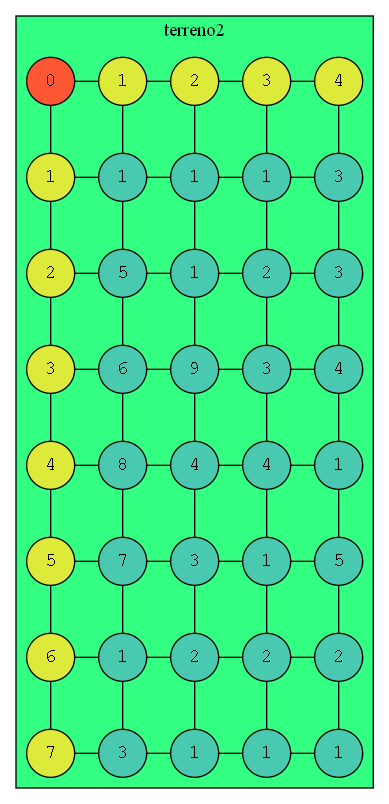
This is graphviz.png from 201807066/IPC2_proyecto1_201807066, a Graphviz export, as it was before one commit. Its source is kept beside it as graphviz.dot.
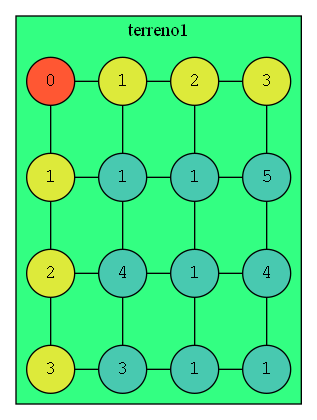
The same file after the commit.

The edit, as a diff of the source:
```diff
@@ -2,129 +2,54 @@
 node[shape=circle fontname=courier fillcolor="#FFEDBB" style=filled]
 subgraph cluster{
 root[label="0", fillcolor="#FF5733"]
-label=terreno2
+label=terreno1
 bgcolor = "#33FF82"
 edge[dir="none"]
 F1[label="1", group = 1, fillcolor = "#DDEA3A"]
 F2[label="2", group = 1, fillcolor = "#DDEA3A"]
 F3[label="3", group = 1, fillcolor = "#DDEA3A"]
-F4[label="4", group = 1, fillcolor = "#DDEA3A"]
-F5[label="5", group = 1, fillcolor = "#DDEA3A"]
-F6[label="6", group = 1, fillcolor = "#DDEA3A"]
-F7[label="7", group = 1, fillcolor = "#DDEA3A"]
 F1->F2
 F2->F3
-F3->F4
-F4->F5
-F5->F6
-F6->F7
 C1[label="1", group = 2, fillcolor = "#DDEA3A"]
 C2[label="2", group = 3, fillcolor = "#DDEA3A"]
 C3[label="3", group = 4, fillcolor = "#DDEA3A"]
-C4[label="4", group = 5, fillcolor = "#DDEA3A"]
 C1->C2
 C2->C3
-C3->C4
 root -> F1
 root -> C1
-{rank=same; root, C1, C2, C3, C4}
+{rank=same; root, C1, C2, C3}
 datoF1_C1[label="1", group = 2 , fillcolor = "#48C9B0"]
 datoF1_C2[label="1", group = 3 , fillcolor = "#48C9B0"]
-datoF1_C3[label="1", group = 4 , fillcolor = "#48C9B0"]
-datoF1_C4[label="3", group = 5 , fillcolor = "#48C9B0"]
-datoF2_C1[label="5", group = 2 , fillcolor = "#48C9B0"]
+datoF1_C3[label="5", group = 4 , fillcolor = "#48C9B0"]
+datoF2_C1[label="4", group = 2 , fillcolor = "#48C9B0"]
 datoF2_C2[label="1", group = 3 , fillcolor = "#48C9B0"]
-datoF2_C3[label="2", group = 4 , fillcolor = "#48C9B0"]
-datoF2_C4[label="3", group = 5 , fillcolor = "#48C9B0"]
-datoF3_C1[label="6", group = 2 , fillcolor = "#48C9B0"]
-datoF3_C2[label="9", group = 3 , fillcolor = "#48C9B0"]
-datoF3_C3[label="3", group = 4 , fillcolor = "#48C9B0"]
-datoF3_C4[label="4", group = 5 , fillcolor = "#48C9B0"]
-datoF4_C1[label="8", group = 2 , fillcolor = "#48C9B0"]
-datoF4_C2[label="4", group = 3 , fillcolor = "#48C9B0"]
-datoF4_C3[label="4", group = 4 , fillcolor = "#48C9B0"]
-datoF4_C4[label="1", group = 5 , fillcolor = "#48C9B0"]
-datoF5_C1[label="7", group = 2 , fillcolor = "#48C9B0"]
-datoF5_C2[label="3", group = 3 , fillcolor = "#48C9B0"]
-datoF5_C3[label="1", group = 4 , fillcolor = "#48C9B0"]
-datoF5_C4[label="5", group = 5 , fillcolor = "#48C9B0"]
-datoF6_C1[label="1", group = 2 , fillcolor = "#48C9B0"]
-datoF6_C2[label="2", group = 3 , fillcolor = "#48C9B0"]
-datoF6_C3[label="2", group = 4 , fillcolor = "#48C9B0"]
-datoF6_C4[label="2", group = 5 , fillcolor = "#48C9B0"]
-datoF7_C1[label="3", group = 2 , fillcolor = "#48C9B0"]
-datoF7_C2[label="1", group = 3 , fillcolor = "#48C9B0"]
-datoF7_C3[label="1", group = 4 , fillcolor = "#48C9B0"]
-datoF7_C4[label="1", group = 5 , fillcolor = "#48C9B0"]
+datoF2_C3[label="4", group = 4 , fillcolor = "#48C9B0"]
+datoF3_C1[label="3", group = 2 , fillcolor = "#48C9B0"]
+datoF3_C2[label="1", group = 3 , fillcolor = "#48C9B0"]
+datoF3_C3[label="1", group = 4 , fillcolor = "#48C9B0"]
 
 F1 -> datoF1_C1
 datoF1_C1 -> datoF1_C2
 datoF1_C2 -> datoF1_C3
-datoF1_C3 -> datoF1_C4
 
 F2 -> datoF2_C1
 datoF2_C1 -> datoF2_C2
 datoF2_C2 -> datoF2_C3
-datoF2_C3 -> datoF2_C4
 
 F3 -> datoF3_C1
 datoF3_C1 -> datoF3_C2
 datoF3_C2 -> datoF3_C3
-datoF3_C3 -> datoF3_C4
 
-F4 -> datoF4_C1
-datoF4_C1 -> datoF4_C2
-datoF4_C2 -> datoF4_C3
-datoF4_C3 -> datoF4_C4
-
-F5 -> datoF5_C1
-datoF5_C1 -> datoF5_C2
-datoF5_C2 -> datoF5_C3
-datoF5_C3 -> datoF5_C4
-
-F6 -> datoF6_C1
-datoF6_C1 -> datoF6_C2
-datoF6_C2 -> datoF6_C3
-datoF6_C3 -> datoF6_C4
-
-F7 -> datoF7_C1
-datoF7_C1 -> datoF7_C2
-datoF7_C2 -> datoF7_C3
-datoF7_C3 -> datoF7_C4
-
-{rank = same; F1, datoF1_C1, datoF1_C2, datoF1_C3, datoF1_C4}
-{rank = same; F2, datoF2_C1, datoF2_C2, datoF2_C3, datoF2_C4}
-{rank = same; F3, datoF3_C1, datoF3_C2, datoF3_C3, datoF3_C4}
-{rank = same; F4, datoF4_C1, datoF4_C2, datoF4_C3, datoF4_C4}
-{rank = same; F5, datoF5_C1, datoF5_C2, datoF5_C3, datoF5_C4}
-{rank = same; F6, datoF6_C1, datoF6_C2, datoF6_C3, datoF6_C4}
-{rank = same; F7, datoF7_C1, datoF7_C2, datoF7_C3, datoF7_C4}C1 -> datoF1_C1
+{rank = same; F1, datoF1_C1, datoF1_C2, datoF1_C3}
+{rank = same; F2, datoF2_C1, datoF2_C2, datoF2_C3}
+{rank = same; F3, datoF3_C1, datoF3_C2, datoF3_C3}C1 -> datoF1_C1
 datoF1_C1 -> datoF2_C1
 datoF2_C1 -> datoF3_C1
-datoF3_C1 -> datoF4_C1
-datoF4_C1 -> datoF5_C1
-datoF5_C1 -> datoF6_C1
-datoF6_C1 -> datoF7_C1
 C2 -> datoF1_C2
 datoF1_C2 -> datoF2_C2
 datoF2_C2 -> datoF3_C2
-datoF3_C2 -> datoF4_C2
-datoF4_C2 -> datoF5_C2
-datoF5_C2 -> datoF6_C2
-datoF6_C2 -> datoF7_C2
 C3 -> datoF1_C3
 datoF1_C3 -> datoF2_C3
 datoF2_C3 -> datoF3_C3
-datoF3_C3 -> datoF4_C3
-datoF4_C3 -> datoF5_C3
-datoF5_C3 -> datoF6_C3
-datoF6_C3 -> datoF7_C3
-C4 -> datoF1_C4
-datoF1_C4 -> datoF2_C4
-datoF2_C4 -> datoF3_C4
-datoF3_C4 -> datoF4_C4
-datoF4_C4 -> datoF5_C4
-datoF5_C4 -> datoF6_C4
-datoF6_C4 -> datoF7_C4
 }
 }
```
